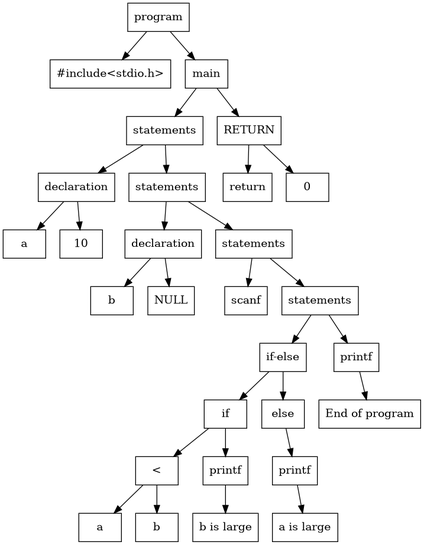
amansinghrp/C-Compiler-Insight keeps this Graphviz diagram as src/static/parse_tree.png. Above is the earlier version. Its source is kept beside it as src/parse_tree.dot.
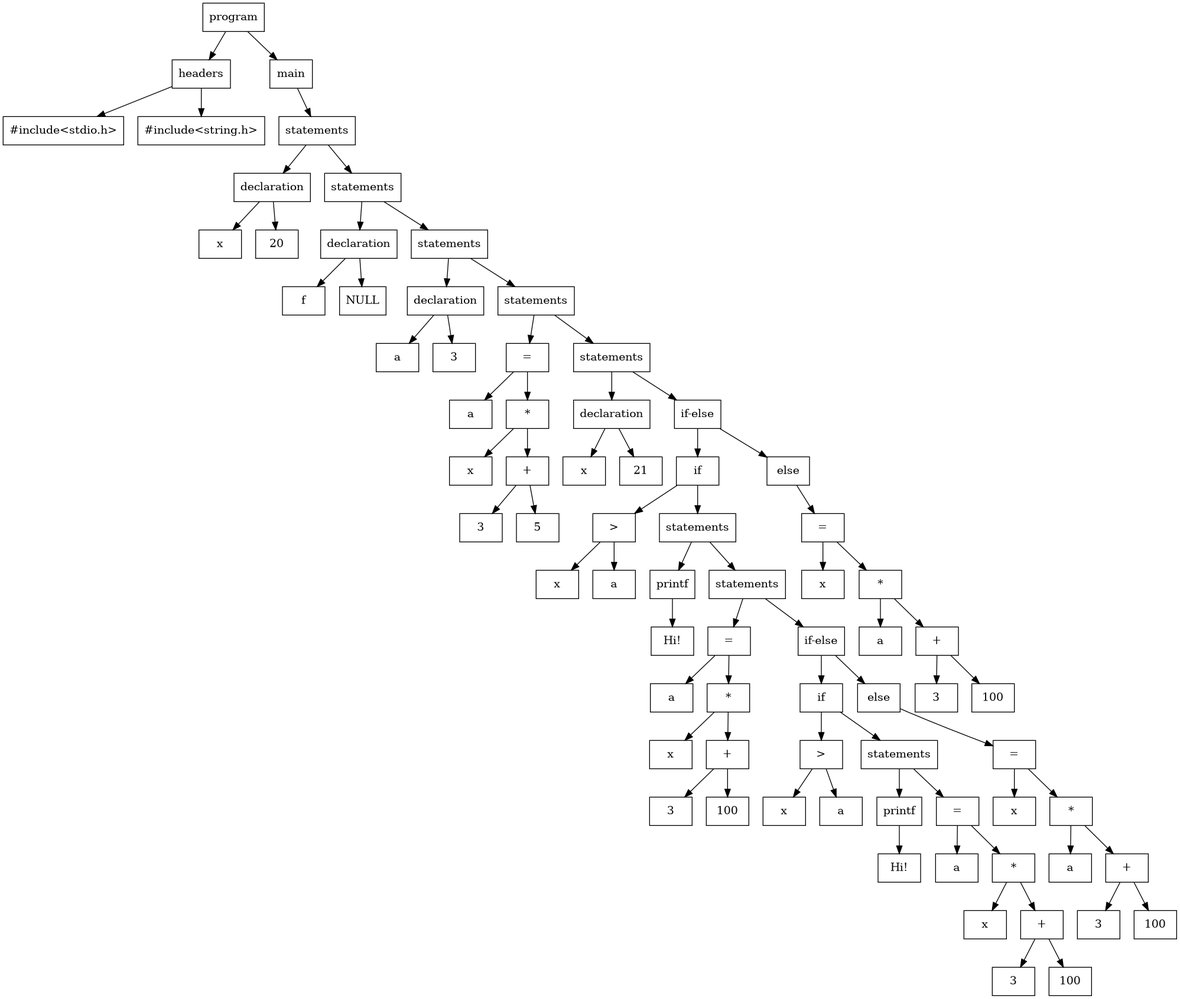
After the change.

Diff of the diagram source:
```diff
@@ -1,60 +1,154 @@
 digraph ParseTree {
   node [shape=box];
-  "0x62eefef72030" [label="program"];
-  "0x62eefef72030" -> "0x62eefef71570";
-  "0x62eefef71570" [label="#include<stdio.h>"];
-  "0x62eefef72030" -> "0x62eefef71ff0";
-  "0x62eefef71ff0" [label="main"];
-  "0x62eefef71ff0" -> "0x62eefef71e30";
-  "0x62eefef71e30" [label="statements"];
-  "0x62eefef71e30" -> "0x62eefef71750";
-  "0x62eefef71750" [label="declaration"];
-  "0x62eefef71750" -> "0x62eefef71710";
-  "0x62eefef71710" [label="a"];
-  "0x62eefef71750" -> "0x62eefef716d0";
-  "0x62eefef716d0" [label="10"];
-  "0x62eefef71e30" -> "0x62eefef71df0";
-  "0x62eefef71df0" [label="statements"];
-  "0x62eefef71df0" -> "0x62eefef71870";
-  "0x62eefef71870" [label="declaration"];
-  "0x62eefef71870" -> "0x62eefef71830";
-  "0x62eefef71830" [label="b"];
-  "0x62eefef71870" -> "0x62eefef717f0";
-  "0x62eefef717f0" [label="NULL"];
-  "0x62eefef71df0" -> "0x62eefef71db0";
-  "0x62eefef71db0" [label="statements"];
-  "0x62eefef71db0" -> "0x62eefef71910";
-  "0x62eefef71910" [label="scanf"];
-  "0x62eefef71db0" -> "0x62eefef71d70";
-  "0x62eefef71d70" [label="statements"];
-  "0x62eefef71d70" -> "0x62eefef71cb0";
-  "0x62eefef71cb0" [label="if-else"];
-  "0x62eefef71cb0" -> "0x62eefef71c70";
-  "0x62eefef71c70" [label="if"];
-  "0x62eefef71c70" -> "0x62eefef71a30";
-  "0x62eefef71a30" [label="<"];
-  "0x62eefef71a30" -> "0x62eefef719b0";
-  "0x62eefef719b0" [label="a"];
-  "0x62eefef71a30" -> "0x62eefef719f0";
-  "0x62eefef719f0" [label="b"];
-  "0x62eefef71c70" -> "0x62eefef71b10";
-  "0x62eefef71b10" [label="printf"];
-  "0x62eefef71b10" -> "0x62eefef71ad0";
-  "0x62eefef71ad0" [label="b is large"];
-  "0x62eefef71cb0" -> "0x62eefef71c30";
-  "0x62eefef71c30" [label="else"];
-  "0x62eefef71c30" -> "0x62eefef71bf0";
-  "0x62eefef71bf0" [label="printf"];
-  "0x62eefef71bf0" -> "0x62eefef71bb0";
-  "0x62eefef71bb0" [label="a is large"];
-  "0x62eefef71d70" -> "0x62eefef71d30";
-  "0x62eefef71d30" [label="printf"];
-  "0x62eefef71d30" -> "0x62eefef71cf0";
-  "0x62eefef71cf0" [label="End of program"];
-  "0x62eefef71ff0" -> "0x62eefef71fb0";
-  "0x62eefef71fb0" [label="RETURN"];
-  "0x62eefef71fb0" -> "0x62eefef71f70";
-  "0x62eefef71f70" [label="return"];
-  "0x62eefef71fb0" -> "0x62eefef71f30";
-  "0x62eefef71f30" [label="0"];
+  "0x5d6655ed8d10" [label="program"];
+  "0x5d6655ed8d10" -> "0x5d6655ed7650";
+  "0x5d6655ed7650" [label="headers"];
+  "0x5d6655ed7650" -> "0x5d6655ed7570";
+  "0x5d6655ed7570" [label="#include<stdio.h>"];
+  "0x5d6655ed7650" -> "0x5d6655ed7610";
+  "0x5d6655ed7610" [label="#include<string.h>"];
+  "0x5d6655ed8d10" -> "0x5d6655ed8cd0";
+  "0x5d6655ed8cd0" [label="main"];
+  "0x5d6655ed8cd0" -> "0x5d6655ed8c90";
+  "0x5d6655ed8c90" [label="statements"];
+  "0x5d6655ed8c90" -> "0x5d6655ed7830";
+  "0x5d6655ed7830" [label="declaration"];
+  "0x5d6655ed7830" -> "0x5d6655ed77f0";
+  "0x5d6655ed77f0" [label="x"];
+  "0x5d6655ed7830" -> "0x5d6655ed77b0";
+  "0x5d6655ed77b0" [label="20"];
+  "0x5d6655ed8c90" -> "0x5d6655ed8c50";
+  "0x5d6655ed8c50" [label="statements"];
+  "0x5d6655ed8c50" -> "0x5d6655ed7950";
+  "0x5d6655ed7950" [label="declaration"];
+  "0x5d6655ed7950" -> "0x5d6655ed7910";
+  "0x5d6655ed7910" [label="f"];
+  "0x5d6655ed7950" -> "0x5d6655ed78d0";
+  "0x5d6655ed78d0" [label="NULL"];
+  "0x5d6655ed8c50" -> "0x5d6655ed8c10";
+  "0x5d6655ed8c10" [label="statements"];
+  "0x5d6655ed8c10" -> "0x5d6655ed7ad0";
+  "0x5d6655ed7ad0" [label="declaration"];
+  "0x5d6655ed7ad0" -> "0x5d6655ed7a90";
+  "0x5d6655ed7a90" [label="a"];
+  "0x5d6655ed7ad0" -> "0x5d6655ed7a50";
+  "0x5d6655ed7a50" [label="3"];
+  "0x5d6655ed8c10" -> "0x5d6655ed8bd0";
+  "0x5d6655ed8bd0" [label="statements"];
+  "0x5d6655ed8bd0" -> "0x5d6655ed7cf0";
+  "0x5d6655ed7cf0" [label="="];
+  "0x5d6655ed7cf0" -> "0x5d6655ed7cb0";
+  "0x5d6655ed7cb0" [label="a"];
+  "0x5d6655ed7cf0" -> "0x5d6655ed7c70";
+  "0x5d6655ed7c70" [label="*"];
+  "0x5d6655ed7c70" -> "0x5d6655ed7b10";
+  "0x5d6655ed7b10" [label="x"];
+  "0x5d6655ed7c70" -> "0x5d6655ed7c30";
+  "0x5d6655ed7c30" [label="+"];
+  "0x5d6655ed7c30" -> "0x5d6655ed7b50";
+  "0x5d6655ed7b50" [label="3"];
+  "0x5d6655ed7c30" -> "0x5d6655ed7bf0";
+  "0x5d6655ed7bf0" [label="5"];
+  "0x5d6655ed8bd0" -> "0x5d6655ed8b90";
+  "0x5d6655ed8b90" [label="statements"];
+  "0x5d6655ed8b90" -> "0x5d6655ed7e10";
+  "0x5d6655ed7e10" [label="declaration"];
+  "0x5d6655ed7e10" -> "0x5d6655ed7dd0";
+  "0x5d6655ed7dd0" [label="x"];
+  "0x5d6655ed7e10" -> "0x5d6655ed7d90";
+  "0x5d6655ed7d90" [label="21"];
+  "0x5d6655ed8b90" -> "0x5d6655ed8b50";
+  "0x5d6655ed8b50" [label="if-else"];
+  "0x5d6655ed8b50" -> "0x5d6655ed8b10";
+  "0x5d6655ed8b10" [label="if"];
+  "0x5d6655ed8b10" -> "0x5d6655ed7f30";
+  "0x5d6655ed7f30" [label=">"];
+  "0x5d6655ed7f30" -> "0x5d6655ed7eb0";
+  "0x5d6655ed7eb0" [label="x"];
+  "0x5d6655ed7f30" -> "0x5d6655ed7ef0";
+  "0x5d6655ed7ef0" [label="a"];
+  "0x5d6655ed8b10" -> "0x5d6655ed88d0";
+  "0x5d6655ed88d0" [label="statements"];
+  "0x5d6655ed88d0" -> "0x5d6655ed8010";
+  "0x5d6655ed8010" [label="printf"];
+  "0x5d6655ed8010" -> "0x5d6655ed7fd0";
+  "0x5d6655ed7fd0" [label="Hi!"];
+  "0x5d6655ed88d0" -> "0x5d6655ed8890";
+  "0x5d6655ed8890" [label="statements"];
+  "0x5d6655ed8890" -> "0x5d6655ed8230";
+  "0x5d6655ed8230" [label="="];
+  "0x5d6655ed8230" -> "0x5d6655ed81f0";
+  "0x5d6655ed81f0" [label="a"];
+  "0x5d6655ed8230" -> "0x5d6655ed81b0";
+  "0x5d6655ed81b0" [label="*"];
+  "0x5d6655ed81b0" -> "0x5d6655ed8050";
+  "0x5d6655ed8050" [label="x"];
+  "0x5d6655ed81b0" -> "0x5d6655ed8170";
+  "0x5d6655ed8170" [label="+"];
+  "0x5d6655ed8170" -> "0x5d6655ed8090";
+  "0x5d6655ed8090" [label="3"];
+  "0x5d6655ed8170" -> "0x5d6655ed8130";
+  "0x5d6655ed8130" [label="100"];
+  "0x5d6655ed8890" -> "0x5d6655ed8850";
+  "0x5d6655ed8850" [label="if-else"];
+  "0x5d6655ed8850" -> "0x5d6655ed8810";
+  "0x5d6655ed8810" [label="if"];
+  "0x5d6655ed8810" -> "0x5d6655ed82f0";
+  "0x5d6655ed82f0" [label=">"];
+  "0x5d6655ed82f0" -> "0x5d6655ed8270";
+  "0x5d6655ed8270" [label="x"];
+  "0x5d6655ed82f0" -> "0x5d6655ed82b0";
+  "0x5d6655ed82b0" [label="a"];
+  "0x5d6655ed8810" -> "0x5d6655ed8570";
+  "0x5d6655ed8570" [label="statements"];
+  "0x5d6655ed8570" -> "0x5d6655ed8370";
+  "0x5d6655ed8370" [label="printf"];
+  "0x5d6655ed8370" -> "0x5d6655ed8330";
+  "0x5d6655ed8330" [label="Hi!"];
+  "0x5d6655ed8570" -> "0x5d6655ed8530";
+  "0x5d6655ed8530" [label="="];
+  "0x5d6655ed8530" -> "0x5d6655ed84f0";
+  "0x5d6655ed84f0" [label="a"];
+  "0x5d6655ed8530" -> "0x5d6655ed84b0";
+  "0x5d6655ed84b0" [label="*"];
+  "0x5d6655ed84b0" -> "0x5d6655ed83b0";
+  "0x5d6655ed83b0" [label="x"];
+  "0x5d6655ed84b0" -> "0x5d6655ed8470";
+  "0x5d6655ed8470" [label="+"];
+  "0x5d6655ed8470" -> "0x5d6655ed83f0";
+  "0x5d6655ed83f0" [label="3"];
+  "0x5d6655ed8470" -> "0x5d6655ed8430";
+  "0x5d6655ed8430" [label="100"];
+  "0x5d6655ed8850" -> "0x5d6655ed87d0";
+  "0x5d6655ed87d0" [label="else"];
+  "0x5d6655ed87d0" -> "0x5d6655ed8790";
+  "0x5d6655ed8790" [label="="];
+  "0x5d6655ed8790" -> "0x5d6655ed8750";
+  "0x5d6655ed8750" [label="x"];
+  "0x5d6655ed8790" -> "0x5d6655ed8710";
+  "0x5d6655ed8710" [label="*"];
+  "0x5d6655ed8710" -> "0x5d6655ed8610";
+  "0x5d6655ed8610" [label="a"];
+  "0x5d6655ed8710" -> "0x5d6655ed86d0";
+  "0x5d6655ed86d0" [label="+"];
+  "0x5d6655ed86d0" -> "0x5d6655ed8650";
+  "0x5d6655ed8650" [label="3"];
+  "0x5d6655ed86d0" -> "0x5d6655ed8690";
+  "0x5d6655ed8690" [label="100"];
+  "0x5d6655ed8b50" -> "0x5d6655ed8ad0";
+  "0x5d6655ed8ad0" [label="else"];
+  "0x5d6655ed8ad0" -> "0x5d6655ed8a90";
+  "0x5d6655ed8a90" [label="="];
+  "0x5d6655ed8a90" -> "0x5d6655ed8a50";
+  "0x5d6655ed8a50" [label="x"];
+  "0x5d6655ed8a90" -> "0x5d6655ed8a10";
+  "0x5d6655ed8a10" [label="*"];
+  "0x5d6655ed8a10" -> "0x5d6655ed8910";
+  "0x5d6655ed8910" [label="a"];
+  "0x5d6655ed8a10" -> "0x5d6655ed89d0";
+  "0x5d6655ed89d0" [label="+"];
+  "0x5d6655ed89d0" -> "0x5d6655ed8950";
+  "0x5d6655ed8950" [label="3"];
+  "0x5d6655ed89d0" -> "0x5d6655ed8990";
+  "0x5d6655ed8990" [label="100"];
 }
```
